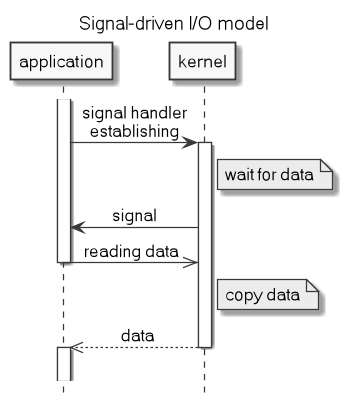
Above: .images/signal_driven_IO_model.png in c0p4c4b4n4/demo-sockets-io-nio-nio2 (PlantUML), before the change.
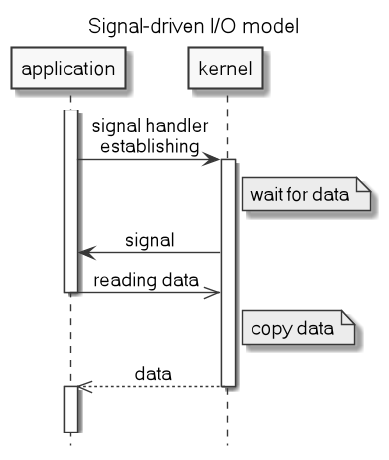
Later version of the same file.

What changed in the source:
```diff
@@ -1,5 +1,6 @@
 @startuml
 title Signal-driven I/O model
+scale 1.2
 hide footbox
 skinparam monochrome true
 skinparam defaultFontName Microsoft Sans Serif
@@ -16,6 +17,6 @@
 kernel-->>application: data
 deactivate kernel
 activate application
-||4||
+||10||
 kernel -[#white]->]
 @enduml
```
